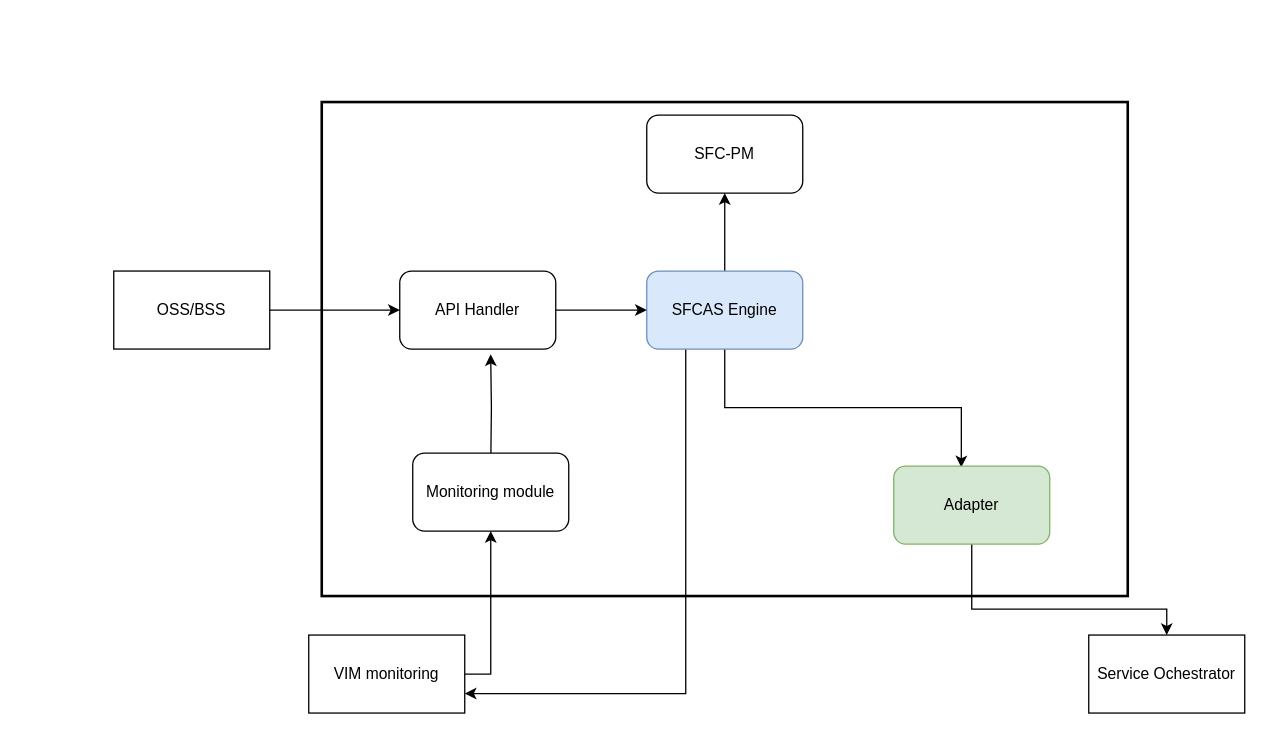
Before: High Arch.drawio in nhbinh/draw.io, a draw.io diagram. Source tidied: cells renumbered, new cells numbered last; positions are measured from the earlier drawing's top-left corner, leaving out a move shared by most shapes. Both pictures are drawn from the tidied source at 130%, with x=0, y=0 at pixel (113, 101).
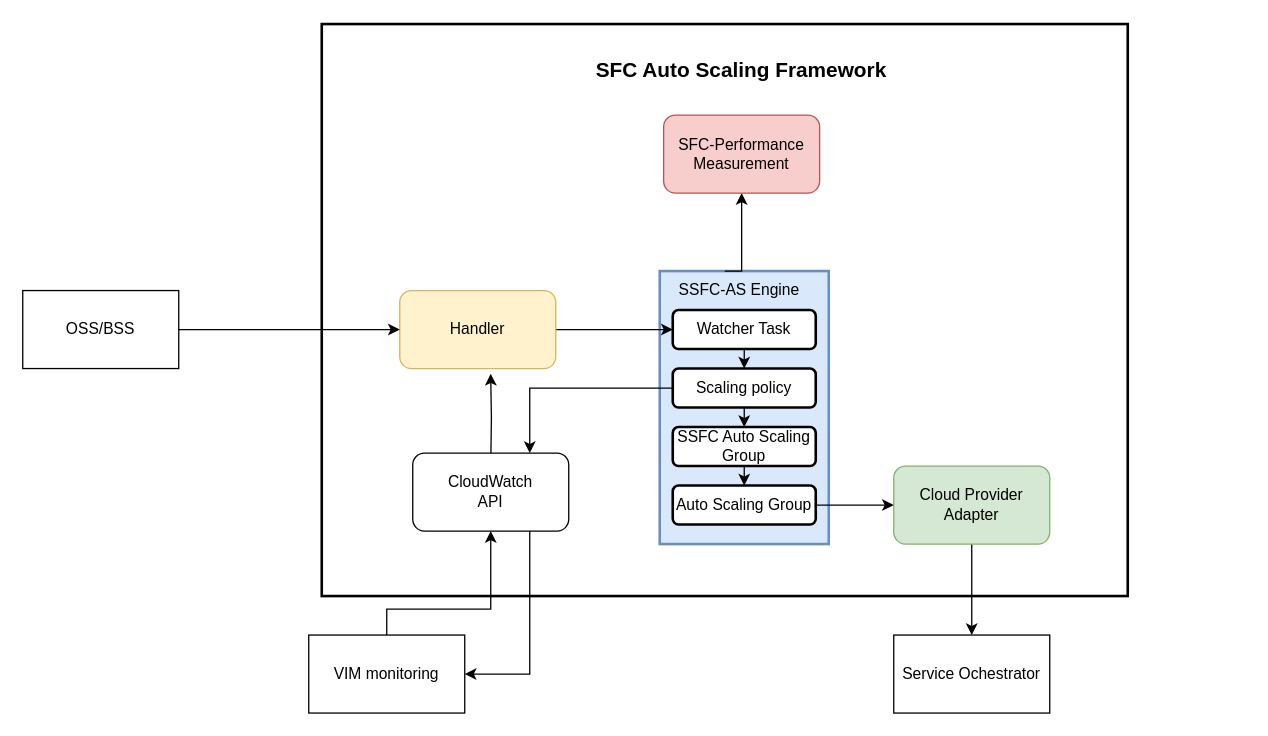
After the change.

Unchanged cells that the change refers to:
```xml
<mxCell id="16" value="VIM monitoring" style="rounded=0;whiteSpace=wrap;html=1;" parent="1" vertex="1">
  <mxGeometry x="150" y="410" width="120" height="60" as="geometry" />
</mxCell>
```

What changed in the source:
```diff
@@
     <mxCell id="2" style="rounded=0;whiteSpace=wrap;html=1;strokeWidth=2;" parent="1" vertex="1">
-      <mxGeometry x="160" width="620" height="380" as="geometry" />
+      <mxGeometry x="160" y="-60" width="620" height="440" as="geometry" />
     </mxCell>
-    <mxCell id="3" style="edgeStyle=orthogonalEdgeStyle;rounded=0;jettySize=auto;html=1;exitX=0.5;exitY=1;exitDx=0;exitDy=0;entryX=0.433;entryY=0.017;entryDx=0;entryDy=0;entryPerimeter=0;" parent="1" edge="1" source="6" target="9">
-      <mxGeometry relative="1" as="geometry" />
-    </mxCell>
+    <mxCell id="19" style="rounded=0;whiteSpace=wrap;html=1;strokeWidth=2;fillColor=#dae8fc;strokeColor=#6c8ebf;" parent="1" vertex="1">
+      <mxGeometry x="420" y="130" width="130" height="210" as="geometry" />
+    </mxCell>
-    <mxCell id="4" style="edgeStyle=orthogonalEdgeStyle;rounded=0;jettySize=auto;html=1;exitX=0.5;exitY=0;exitDx=0;exitDy=0;" parent="1" edge="1" source="6" target="11">
-      <mxGeometry relative="1" as="geometry" />
+    <mxCell id="4" style="edgeStyle=orthogonalEdgeStyle;rounded=0;jettySize=auto;html=1;exitX=0.5;exitY=0;exitDx=0;exitDy=0;" parent="1" edge="1" target="11">
+      <mxGeometry relative="1" as="geometry">
+        <mxPoint x="470" y="130" as="sourcePoint" />
+        <Array as="points">
+          <mxPoint x="483" y="130" />
+        </Array>
+      </mxGeometry>
     </mxCell>
-    <mxCell id="5" style="edgeStyle=orthogonalEdgeStyle;rounded=0;jettySize=auto;html=1;exitX=0.25;exitY=1;exitDx=0;exitDy=0;entryX=1;entryY=0.75;entryDx=0;entryDy=0;" parent="1" edge="1" source="6" target="16">
-      <mxGeometry relative="1" as="geometry" />
-    </mxCell>
-    <mxCell id="6" value="SFCAS Engine" style="rounded=1;whiteSpace=wrap;html=1;fillColor=#dae8fc;strokeColor=#6c8ebf;" parent="1" vertex="1">
-      <mxGeometry x="410" y="130" width="120" height="60" as="geometry" />
-    </mxCell>
@@
     <mxCell id="8" style="edgeStyle=orthogonalEdgeStyle;rounded=0;jettySize=auto;html=1;exitX=0.5;exitY=1;exitDx=0;exitDy=0;entryX=0.5;entryY=0;entryDx=0;entryDy=0;" parent="1" edge="1" source="9" target="10">
-      <mxGeometry relative="1" as="geometry">
-        <Array as="points">
-          <mxPoint x="660" y="390" />
-          <mxPoint x="810" y="390" />
-        </Array>
-      </mxGeometry>
+      <mxGeometry relative="1" as="geometry" />
     </mxCell>
-    <mxCell id="9" value="Adapter" style="rounded=1;whiteSpace=wrap;html=1;fillColor=#d5e8d4;strokeColor=#82b366;" parent="1" vertex="1">
+    <mxCell id="9" value="Cloud Provider Adapter" style="rounded=1;whiteSpace=wrap;html=1;fillColor=#d5e8d4;strokeColor=#82b366;" parent="1" vertex="1">
       <mxGeometry x="600" y="280" width="120" height="60" as="geometry" />
     </mxCell>
     <mxCell id="10" value="Service Ochestrator" style="rounded=0;whiteSpace=wrap;html=1;" parent="1" vertex="1">
-      <mxGeometry x="750" y="410" width="120" height="60" as="geometry" />
+      <mxGeometry x="600" y="410" width="120" height="60" as="geometry" />
     </mxCell>
-    <mxCell id="11" value="SFC-PM" style="rounded=1;whiteSpace=wrap;html=1;" parent="1" vertex="1">
-      <mxGeometry x="410" y="10" width="120" height="60" as="geometry" />
+    <mxCell id="11" value="SFC-Performance &lt;br&gt;Measurement" style="rounded=1;whiteSpace=wrap;html=1;fillColor=#f8cecc;strokeColor=#b85450;" parent="1" vertex="1">
+      <mxGeometry x="423" y="10" width="120" height="60" as="geometry" />
     </mxCell>
-    <mxCell id="12" style="edgeStyle=orthogonalEdgeStyle;rounded=0;jettySize=auto;html=1;exitX=1;exitY=0.5;exitDx=0;exitDy=0;entryX=0;entryY=0.5;entryDx=0;entryDy=0;" parent="1" edge="1" source="13" target="6">
-      <mxGeometry relative="1" as="geometry" />
-    </mxCell>
+    <mxCell id="20" style="edgeStyle=orthogonalEdgeStyle;rounded=0;jettySize=auto;html=1;exitX=1;exitY=0.5;exitDx=0;exitDy=0;entryX=0;entryY=0.5;entryDx=0;entryDy=0;" parent="1" edge="1" source="13" target="23">
+      <mxGeometry relative="1" as="geometry" />
+    </mxCell>
-    <mxCell id="13" value="API Handler" style="rounded=1;whiteSpace=wrap;html=1;" parent="1" vertex="1">
-      <mxGeometry x="220" y="130" width="120" height="60" as="geometry" />
+    <mxCell id="13" value="Handler" style="rounded=1;whiteSpace=wrap;html=1;fillColor=#fff2cc;strokeColor=#d6b656;" parent="1" vertex="1">
+      <mxGeometry x="220" y="145" width="120" height="60" as="geometry" />
     </mxCell>
+    <mxCell id="21" style="edgeStyle=orthogonalEdgeStyle;rounded=0;jettySize=auto;html=1;exitX=0.75;exitY=1;exitDx=0;exitDy=0;entryX=1;entryY=0.5;entryDx=0;entryDy=0;" parent="1" edge="1" source="14" target="16">
+      <mxGeometry relative="1" as="geometry" />
+    </mxCell>
-    <mxCell id="14" value="&lt;span style=&quot;white-space: normal&quot;&gt;Monitoring module&lt;/span&gt;" style="rounded=1;whiteSpace=wrap;html=1;" parent="1" vertex="1">
+    <mxCell id="14" value="&lt;span style=&quot;white-space: normal&quot;&gt;CloudWatch&lt;br&gt;API&lt;br&gt;&lt;/span&gt;" style="rounded=1;whiteSpace=wrap;html=1;" parent="1" vertex="1">
       <mxGeometry x="230" y="270" width="120" height="60" as="geometry" />
     </mxCell>
     <mxCell id="15" style="edgeStyle=orthogonalEdgeStyle;rounded=0;jettySize=auto;html=1;entryX=0.5;entryY=1;entryDx=0;entryDy=0;" parent="1" edge="1" source="16" target="14">
       <mxGeometry relative="1" as="geometry">
         <Array as="points">
-          <mxPoint x="290" y="440" />
+          <mxPoint x="210" y="390" />
+          <mxPoint x="290" y="390" />
         </Array>
       </mxGeometry>
     </mxCell>
@@
     <mxCell id="17" style="edgeStyle=orthogonalEdgeStyle;rounded=0;jettySize=auto;html=1;exitX=1;exitY=0.5;exitDx=0;exitDy=0;entryX=0;entryY=0.5;entryDx=0;entryDy=0;" parent="1" edge="1" source="18" target="13">
-      <mxGeometry relative="1" as="geometry" />
+      <mxGeometry relative="1" as="geometry">
+        <Array as="points">
+          <mxPoint x="50" y="175" />
+        </Array>
+      </mxGeometry>
     </mxCell>
     <mxCell id="18" value="OSS/BSS" style="rounded=0;whiteSpace=wrap;html=1;" parent="1" vertex="1">
-      <mxGeometry y="130" width="120" height="60" as="geometry" />
+      <mxGeometry x="-70" y="145" width="120" height="60" as="geometry" />
     </mxCell>
+    <mxCell id="22" style="edgeStyle=orthogonalEdgeStyle;rounded=0;jettySize=auto;html=1;exitX=0.5;exitY=1;exitDx=0;exitDy=0;entryX=0.5;entryY=0;entryDx=0;entryDy=0;" parent="1" edge="1" source="23" target="28">
+      <mxGeometry relative="1" as="geometry" />
+    </mxCell>
+    <mxCell id="23" value="Watcher Task" style="rounded=1;whiteSpace=wrap;html=1;strokeWidth=2;" parent="1" vertex="1">
+      <mxGeometry x="430" y="160" width="110" height="30" as="geometry" />
+    </mxCell>
+    <mxCell id="24" style="edgeStyle=orthogonalEdgeStyle;rounded=0;jettySize=auto;html=1;exitX=0.5;exitY=1;exitDx=0;exitDy=0;entryX=0.5;entryY=0;entryDx=0;entryDy=0;" parent="1" edge="1" source="25" target="30">
+      <mxGeometry relative="1" as="geometry" />
+    </mxCell>
+    <mxCell id="25" value="SSFC Auto Scaling Group" style="rounded=1;whiteSpace=wrap;html=1;strokeWidth=2;" parent="1" vertex="1">
+      <mxGeometry x="430" y="250" width="110" height="30" as="geometry" />
+    </mxCell>
+    <mxCell id="26" style="edgeStyle=orthogonalEdgeStyle;rounded=0;jettySize=auto;html=1;exitX=0.5;exitY=1;exitDx=0;exitDy=0;entryX=0.5;entryY=0;entryDx=0;entryDy=0;" parent="1" edge="1" source="28" target="25">
+      <mxGeometry relative="1" as="geometry" />
+    </mxCell>
+    <mxCell id="27" style="edgeStyle=orthogonalEdgeStyle;rounded=0;jettySize=auto;html=1;exitX=0;exitY=0.5;exitDx=0;exitDy=0;entryX=0.75;entryY=0;entryDx=0;entryDy=0;" parent="1" edge="1" source="28" target="14">
+      <mxGeometry relative="1" as="geometry" />
+    </mxCell>
+    <mxCell id="28" value="Scaling policy" style="rounded=1;whiteSpace=wrap;html=1;strokeWidth=2;" parent="1" vertex="1">
+      <mxGeometry x="430" y="205" width="110" height="30" as="geometry" />
+    </mxCell>
+    <mxCell id="29" style="edgeStyle=orthogonalEdgeStyle;rounded=0;jettySize=auto;html=1;exitX=1;exitY=0.5;exitDx=0;exitDy=0;entryX=0;entryY=0.5;entryDx=0;entryDy=0;" parent="1" edge="1" source="30" target="9">
+      <mxGeometry relative="1" as="geometry" />
+    </mxCell>
+    <mxCell id="30" value="Auto Scaling Group" style="rounded=1;whiteSpace=wrap;html=1;strokeWidth=2;" parent="1" vertex="1">
+      <mxGeometry x="430" y="295" width="110" height="30" as="geometry" />
+    </mxCell>
+    <mxCell id="31" value="SSFC-AS Engine" style="text;html=1;align=left;verticalAlign=top;spacingTop=-4;" parent="1" vertex="1">
+      <mxGeometry x="433" y="135" width="110" height="20" as="geometry" />
+    </mxCell>
+    <mxCell id="32" value="SFC Auto Scaling Framework" style="text;html=1;strokeColor=none;fillColor=none;align=center;verticalAlign=middle;whiteSpace=wrap;rounded=0;fontSize=16;fontStyle=1;" parent="1" vertex="1">
+      <mxGeometry x="338" y="-35" width="290" height="20" as="geometry" />
+    </mxCell>
```
